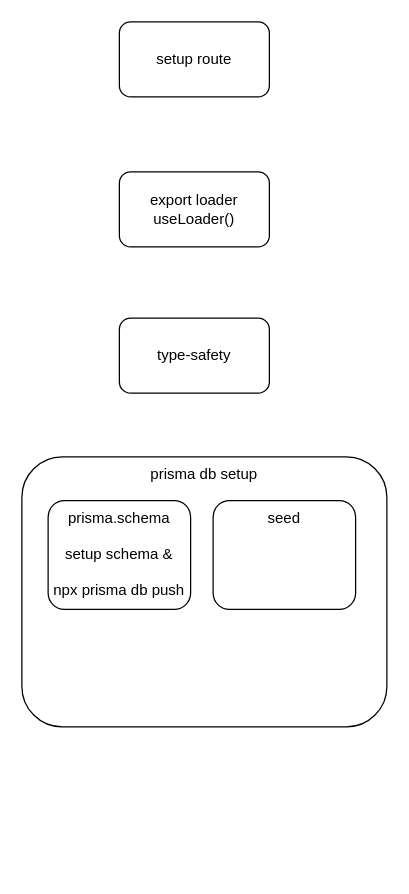
Above: remix.drawio in appsparkler/draw.io (draw.io), before the change. Source tidied: cells renumbered, new cells numbered last; positions are measured from the earlier drawing's top-left corner, leaving out a move shared by most shapes. Both pictures are drawn from the tidied source at 125%, with x=0, y=0 at pixel (21, 21).
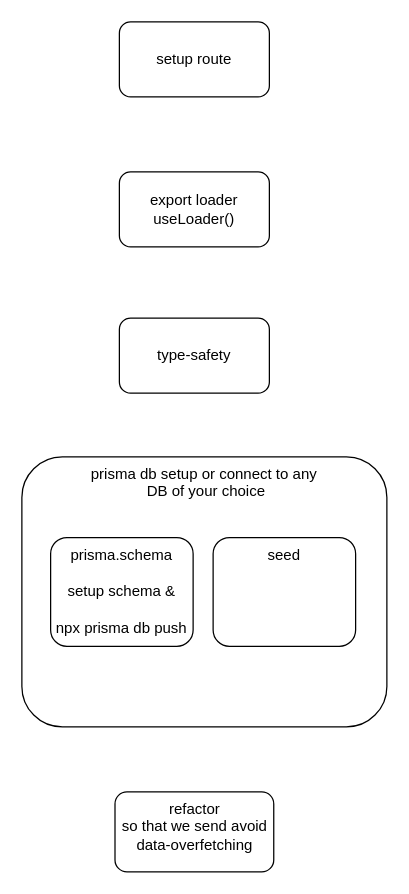
After the change.

Change to the diagram source:
```diff
@@
 <mxGraphModel>
   <root>
     <mxCell id="0" />
     <mxCell id="1" parent="0" />
     <mxCell id="2" value="setup route" style="rounded=1;whiteSpace=wrap;html=1;" parent="1" vertex="1">
       <mxGeometry x="78" width="120" height="60" as="geometry" />
     </mxCell>
     <mxCell id="3" value="export loader&lt;br&gt;useLoader()" style="rounded=1;whiteSpace=wrap;html=1;" parent="1" vertex="1">
       <mxGeometry x="78" y="120" width="120" height="60" as="geometry" />
     </mxCell>
     <mxCell id="4" value="type-safety" style="rounded=1;whiteSpace=wrap;html=1;" parent="1" vertex="1">
       <mxGeometry x="78" y="237" width="120" height="60" as="geometry" />
     </mxCell>
-    <mxCell id="5" value="prisma db setup" style="rounded=1;whiteSpace=wrap;html=1;verticalAlign=top;" parent="1" vertex="1">
+    <mxCell id="5" value="prisma db setup or connect to any&lt;br&gt;&amp;nbsp;DB of your choice" style="rounded=1;whiteSpace=wrap;html=1;verticalAlign=top;" parent="1" vertex="1">
       <mxGeometry y="348" width="292" height="216" as="geometry" />
     </mxCell>
     <mxCell id="6" value="prisma.schema&lt;br&gt;&lt;br&gt;setup schema &amp;amp;&lt;br&gt;&lt;br&gt;npx prisma db push" style="rounded=1;whiteSpace=wrap;html=1;verticalAlign=top;" parent="1" vertex="1">
-      <mxGeometry x="21" y="383" width="114" height="87" as="geometry" />
+      <mxGeometry x="23" y="412.5" width="114" height="87" as="geometry" />
     </mxCell>
     <mxCell id="7" value="seed&lt;br&gt;&lt;br&gt;" style="rounded=1;whiteSpace=wrap;html=1;verticalAlign=top;" parent="1" vertex="1">
-      <mxGeometry x="153" y="383" width="114" height="87" as="geometry" />
+      <mxGeometry x="153" y="412.5" width="114" height="87" as="geometry" />
     </mxCell>
+    <mxCell id="8" value="refactor&lt;br&gt;so that we send avoid data-overfetching" style="rounded=1;whiteSpace=wrap;html=1;verticalAlign=top;" parent="1" vertex="1">
+      <mxGeometry x="74.5" y="616" width="127" height="64" as="geometry" />
+    </mxCell>
   </root>
 </mxGraphModel>
```
